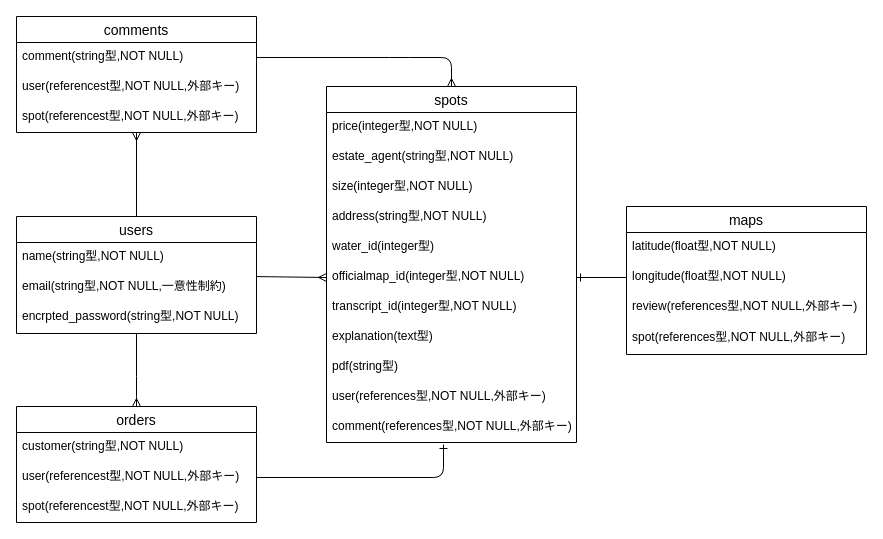
Earlier version of the draw.io diagram er.dio (okazuo/rawspot). Source tidied: cells renumbered, new cells numbered last; positions are measured from the earlier drawing's top-left corner, leaving out a move shared by most shapes. Both pictures are drawn from the tidied source at 100%, with x=0, y=0 at pixel (16, 16).
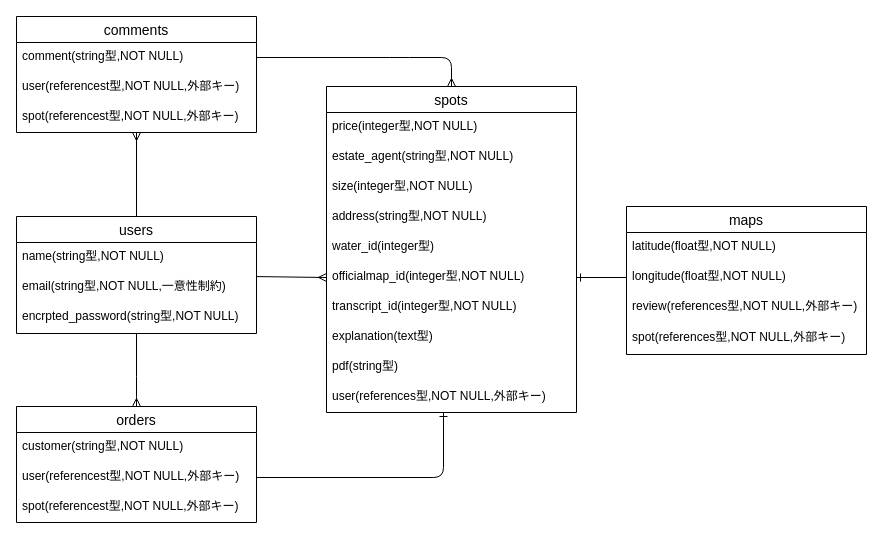
The same diagram, later.

The change refers to these unchanged cells:
```xml
<mxCell id="16" value="user(references型,NOT NULL,外部キー)" style="text;strokeColor=none;fillColor=none;spacingLeft=4;spacingRight=4;overflow=hidden;points=[[0,0.5],[1,0.5]];portConstraint=eastwest;fontSize=12;" parent="6" vertex="1">
  <mxGeometry y="296" width="250" height="30" as="geometry" />
</mxCell>
<mxCell id="25" value="user(referencest型,NOT NULL,外部キー)" style="text;strokeColor=none;fillColor=none;spacingLeft=4;spacingRight=4;overflow=hidden;points=[[0,0.5],[1,0.5]];portConstraint=eastwest;fontSize=12;" parent="23" vertex="1">
  <mxGeometry y="56" width="240" height="30" as="geometry" />
</mxCell>
```

The edit, as a diff of the source:
```diff
@@
     <mxCell id="6" value="spots" style="swimlane;fontStyle=0;horizontal=1;startSize=26;align=center;fontSize=14;" parent="1" vertex="1">
-      <mxGeometry x="310" y="70" width="250" height="356" as="geometry" />
+      <mxGeometry x="310" y="70" width="250" height="326" as="geometry" />
     </mxCell>
@@
-    <mxCell id="17" value="comment(references型,NOT NULL,外部キー)" style="text;strokeColor=none;fillColor=none;spacingLeft=4;spacingRight=4;overflow=hidden;points=[[0,0.5],[1,0.5]];portConstraint=eastwest;fontSize=12;" parent="6" vertex="1">
-      <mxGeometry y="326" width="250" height="30" as="geometry" />
-    </mxCell>
@@
-    <mxCell id="36" style="edgeStyle=orthogonalEdgeStyle;fontSize=12;html=1;endArrow=ERone;exitX=1;exitY=0.5;exitDx=0;exitDy=0;entryX=0.468;entryY=1.067;entryDx=0;entryDy=0;entryPerimeter=0;endFill=0;" parent="1" edge="1" source="25" target="17">
+    <mxCell id="36" style="edgeStyle=orthogonalEdgeStyle;fontSize=12;html=1;endArrow=ERone;exitX=1;exitY=0.5;exitDx=0;exitDy=0;endFill=0;" parent="1" edge="1" source="25" target="16">
       <mxGeometry relative="1" as="geometry">
         <Array as="points">
           <mxPoint x="427" y="461" />
         </Array>
       </mxGeometry>
     </mxCell>
```
